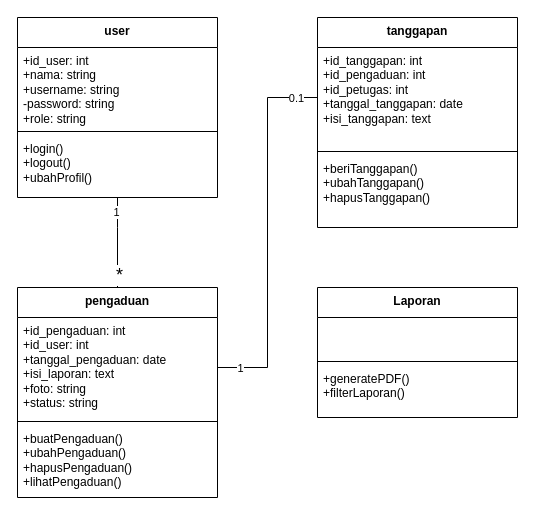
Above: ClassDiagram.drawio in Mahklvk/laporanMasyarakatPreparation (draw.io), before the change. Source tidied: cells renumbered, new cells numbered last; positions are measured from the earlier drawing's top-left corner, leaving out a move shared by most shapes. Both pictures are drawn from the tidied source at 100%, with x=0, y=0 at pixel (17, 17).
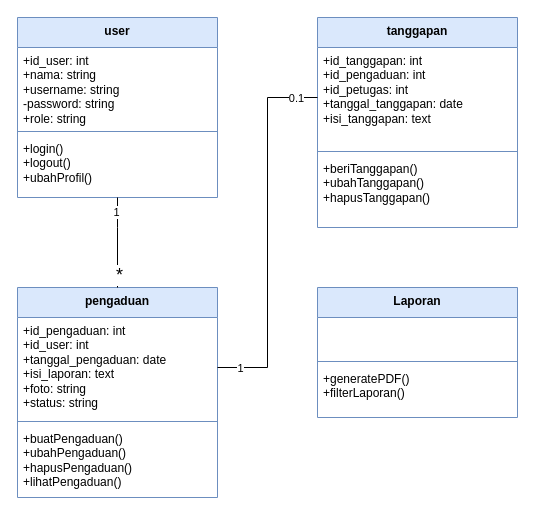
The same page after the edit.

The edit, as a diff of the source:
```diff
@@
-    <mxCell id="2" value="user" style="swimlane;fontStyle=1;align=center;verticalAlign=top;horizontal=1;startSize=30;whiteSpace=wrap;html=1;" parent="1" vertex="1">
+    <mxCell id="2" value="user" style="swimlane;fontStyle=1;align=center;verticalAlign=top;horizontal=1;startSize=30;whiteSpace=wrap;html=1;fillColor=#dae8fc;strokeColor=#6c8ebf;" parent="1" vertex="1">
       <mxGeometry width="200" height="180" as="geometry" />
     </mxCell>
@@
-    <mxCell id="6" value="pengaduan" style="swimlane;fontStyle=1;align=center;verticalAlign=top;horizontal=1;startSize=30;whiteSpace=wrap;html=1;" parent="1" vertex="1">
+    <mxCell id="6" value="pengaduan" style="swimlane;fontStyle=1;align=center;verticalAlign=top;horizontal=1;startSize=30;whiteSpace=wrap;html=1;fillColor=#dae8fc;strokeColor=#6c8ebf;" parent="1" vertex="1">
       <mxGeometry y="270" width="200" height="210" as="geometry" />
     </mxCell>
@@
-    <mxCell id="10" value="tanggapan" style="swimlane;fontStyle=1;align=center;verticalAlign=top;horizontal=1;startSize=30;whiteSpace=wrap;html=1;" parent="1" vertex="1">
+    <mxCell id="10" value="tanggapan" style="swimlane;fontStyle=1;align=center;verticalAlign=top;horizontal=1;startSize=30;whiteSpace=wrap;html=1;fillColor=#dae8fc;strokeColor=#6c8ebf;" parent="1" vertex="1">
       <mxGeometry x="300" width="200" height="210" as="geometry" />
     </mxCell>
@@
-    <mxCell id="14" value="Laporan" style="swimlane;fontStyle=1;align=center;verticalAlign=top;horizontal=1;startSize=30;whiteSpace=wrap;html=1;" parent="1" vertex="1">
+    <mxCell id="14" value="Laporan" style="swimlane;fontStyle=1;align=center;verticalAlign=top;horizontal=1;startSize=30;whiteSpace=wrap;html=1;fillColor=#dae8fc;strokeColor=#6c8ebf;" parent="1" vertex="1">
       <mxGeometry x="300" y="270" width="200" height="130" as="geometry" />
     </mxCell>
```
